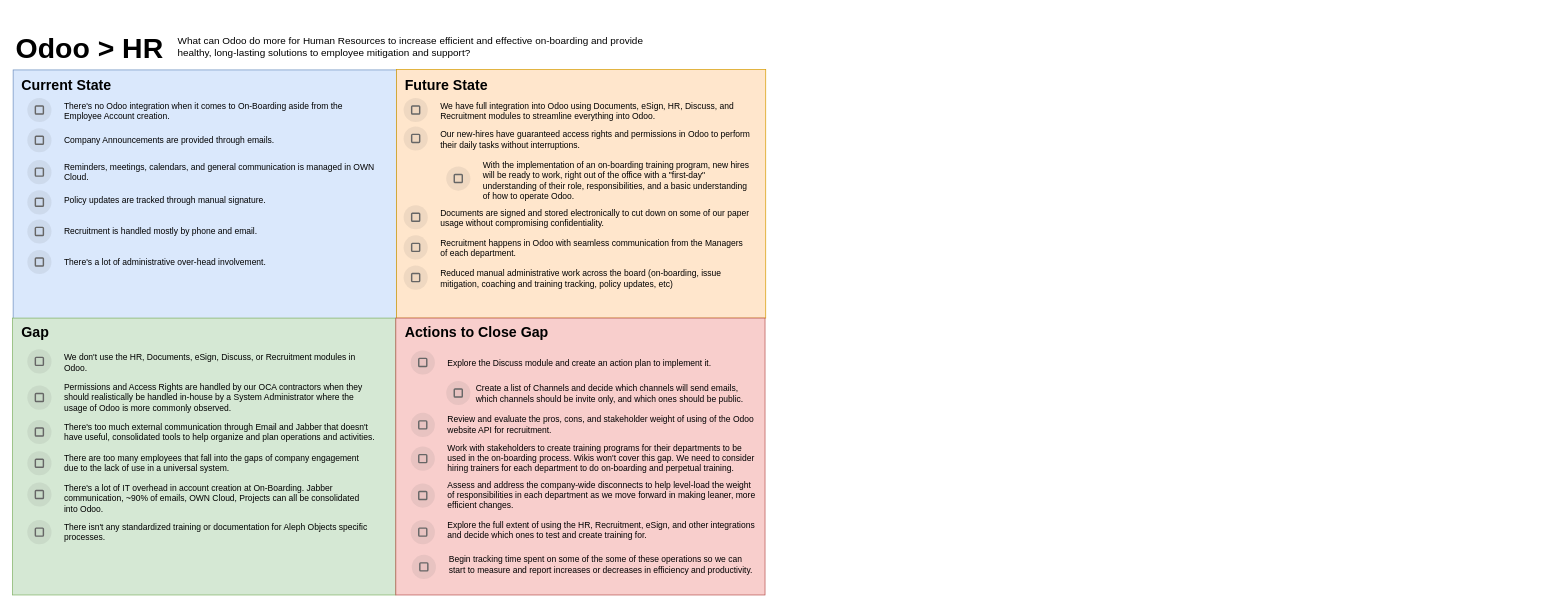
Kazkade/Flowcharts keeps this draw.io diagram as HR Gap Analysis.drawio. Above is the earlier version. Source tidied: cells renumbered, new cells numbered last; positions are measured from the earlier drawing's top-left corner, leaving out a move shared by most shapes. Both pictures are drawn from the tidied source at 71%, with x=0, y=0 at pixel (12, 18).
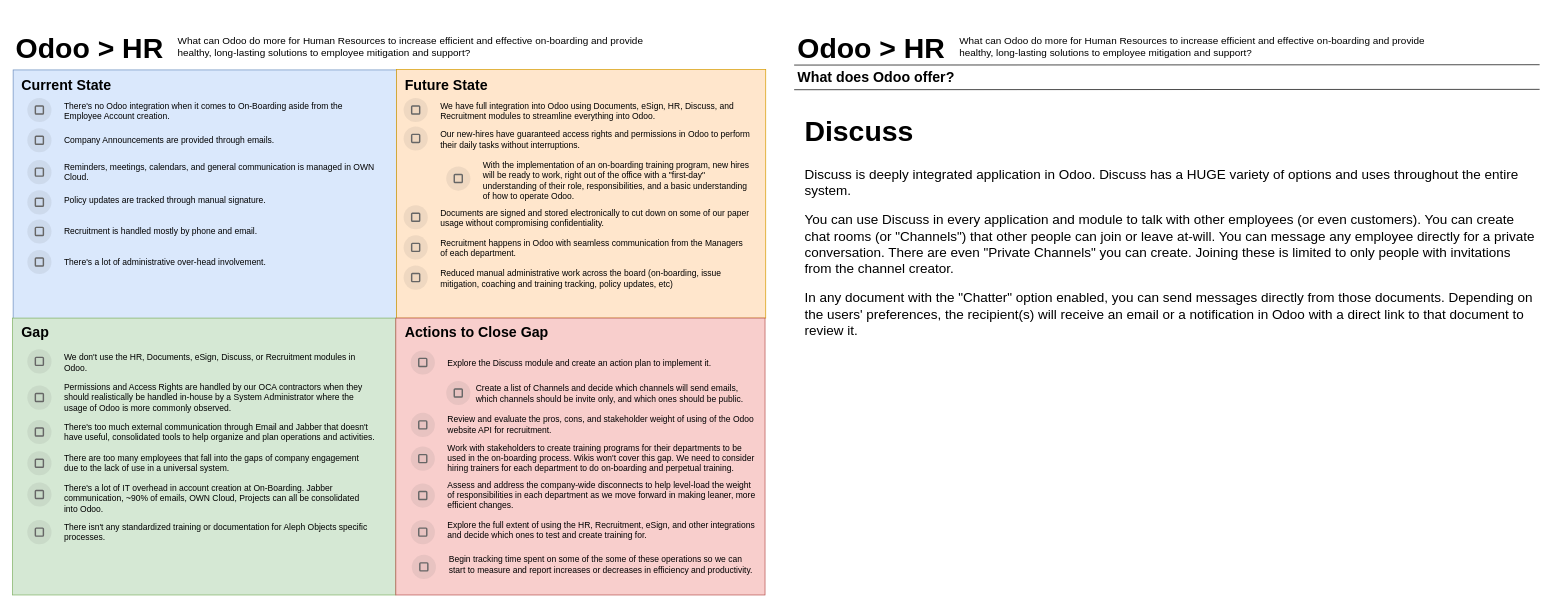
The same page after the edit.

What changed in the source:
```diff
@@
+    <mxCell id="87" value="What can Odoo do more for Human Resources to increase efficient and effective on-boarding and provide healthy, long-lasting solutions to employee mitigation and support?" style="text;html=1;strokeColor=none;fillColor=none;align=left;verticalAlign=middle;whiteSpace=wrap;rounded=0;fontSize=14;" parent="1" vertex="1">
+      <mxGeometry x="1332" y="16" width="680" height="46" as="geometry" />
+    </mxCell>
+    <mxCell id="88" value="&lt;h1&gt;Odoo &amp;gt; HR&lt;/h1&gt;" style="text;html=1;strokeColor=none;fillColor=none;spacing=5;spacingTop=-20;whiteSpace=wrap;overflow=hidden;rounded=0;fontSize=20;align=left;" parent="1" vertex="1">
+      <mxGeometry x="1101" y="0.5" width="250" height="66" as="geometry" />
+    </mxCell>
+    <mxCell id="89" value="&lt;h1 style=&quot;font-size: 20px;&quot;&gt;What does Odoo offer?&lt;/h1&gt;" style="text;html=1;spacing=5;spacingTop=-20;whiteSpace=wrap;overflow=hidden;rounded=0;fontSize=20;align=left;" parent="1" vertex="1">
+      <mxGeometry x="1101" y="67" width="440" height="32" as="geometry" />
+    </mxCell>
+    <mxCell id="90" style="shape=link;html=1;fontSize=20;width=34.70588235294118;" parent="1" edge="1">
+      <mxGeometry relative="1" as="geometry">
+        <mxPoint x="1101" y="82.5" as="sourcePoint" />
+        <mxPoint x="2151" y="82" as="targetPoint" />
+      </mxGeometry>
+    </mxCell>
+    <mxCell id="91" value="&lt;h1&gt;Discuss&lt;/h1&gt;&lt;p style=&quot;font-size: 19px&quot;&gt;&lt;font style=&quot;font-size: 19px&quot;&gt;Discuss is deeply integrated application in Odoo. Discuss has a HUGE variety of options and uses throughout the entire system.&lt;/font&gt;&lt;/p&gt;&lt;p style=&quot;font-size: 19px&quot;&gt;&lt;font style=&quot;font-size: 19px&quot;&gt;You can use Discuss in every application and module to talk with other employees (or even customers). You can create chat rooms (or &quot;Channels&quot;) that other people can join or leave at-will. You can message any employee directly for a private conversation. There are even &quot;Private Channels&quot; you can create. Joining these is limited to only people with invitations from the channel creator.&lt;/font&gt;&lt;/p&gt;&lt;p style=&quot;font-size: 19px&quot;&gt;&lt;font style=&quot;font-size: 19px&quot;&gt;In any document with the &quot;Chatter&quot; option enabled, you can send messages directly from those documents. Depending on the users' preferences, the recipient(s) will receive an email or a notification in Odoo with a direct link to that document to review it.&lt;/font&gt;&lt;/p&gt;" style="text;html=1;strokeColor=none;fillColor=none;spacing=5;spacingTop=-20;whiteSpace=wrap;overflow=hidden;rounded=0;fontSize=20;align=left;" parent="1" vertex="1">
+      <mxGeometry x="1111" y="117" width="1041" height="689" as="geometry" />
+    </mxCell>
```
